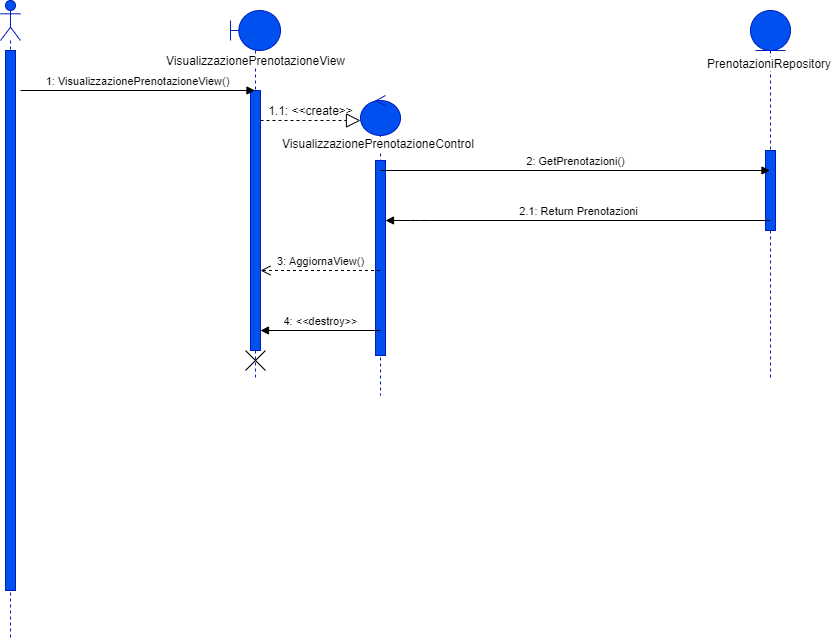
This is Documenti/Sequence Diagram/Visualizzazione Prenotazione/SDVisualizzazionePrenotazione.png from Givaa/MedQueue, a draw.io export, as it was before one commit. Source tidied: cells renumbered, new cells last; positions are measured from the earlier drawing's top-left corner, leaving out a move shared by most shapes.
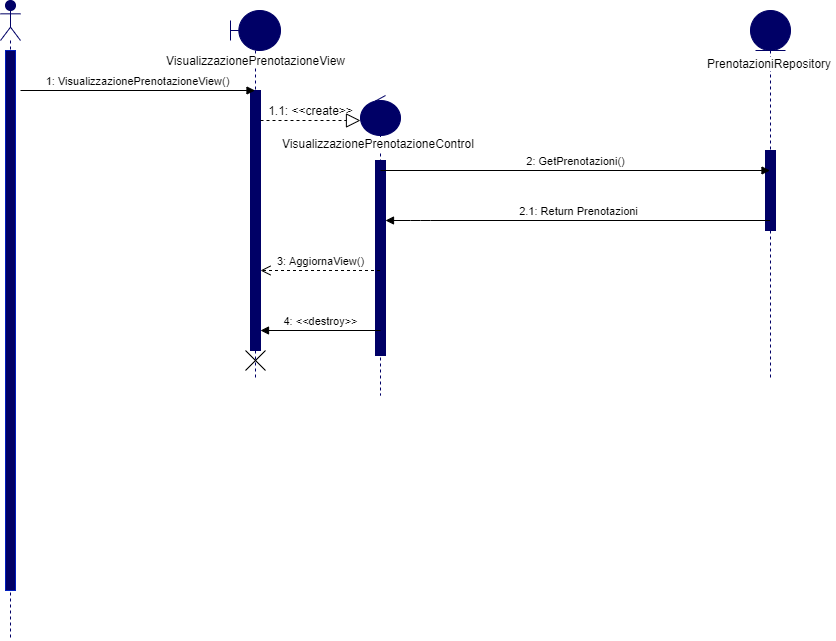
Above is the later version.

What changed in the source:
```diff
@@ -2,16 +2,16 @@
   <root>
     <mxCell id="0" />
     <mxCell id="1" parent="0" />
-    <mxCell id="2" style="shape=umlLifeline;participant=umlActor;perimeter=lifelinePerimeter;whiteSpace=wrap;html=1;verticalAlign=top;spacingTop=36;fillColor=#0050ef;strokeColor=#001DBC;fontColor=#ffffff;" parent="1" vertex="1">
+    <mxCell id="2" style="shape=umlLifeline;participant=umlActor;perimeter=lifelinePerimeter;whiteSpace=wrap;html=1;verticalAlign=top;spacingTop=36;fontColor=#ffffff;fillColor=#000066;strokeColor=#000066;" parent="1" vertex="1">
       <mxGeometry width="20" height="640" as="geometry" />
     </mxCell>
-    <mxCell id="3" style="html=1;perimeter=orthogonalPerimeter;fillColor=#0050ef;strokeColor=#001DBC;fontColor=#ffffff;" parent="2" vertex="1">
+    <mxCell id="3" style="html=1;perimeter=orthogonalPerimeter;strokeColor=#001DBC;fontColor=#ffffff;fillColor=#000066;" parent="2" vertex="1">
       <mxGeometry x="5" y="50" width="10" height="540" as="geometry" />
     </mxCell>
-    <mxCell id="4" style="shape=umlLifeline;participant=umlBoundary;perimeter=lifelinePerimeter;whiteSpace=wrap;html=1;verticalAlign=top;spacingTop=36;outlineConnect=0;fillColor=#0050ef;strokeColor=#001DBC;fontColor=#ffffff;" parent="1" vertex="1">
+    <mxCell id="4" style="shape=umlLifeline;participant=umlBoundary;perimeter=lifelinePerimeter;whiteSpace=wrap;html=1;verticalAlign=top;spacingTop=36;outlineConnect=0;fontColor=#ffffff;fillColor=#000066;strokeColor=#000066;" parent="1" vertex="1">
       <mxGeometry x="230" y="10" width="50" height="370" as="geometry" />
     </mxCell>
-    <mxCell id="5" style="html=1;points=[];perimeter=orthogonalPerimeter;fillColor=#0050ef;strokeColor=#001DBC;fontColor=#ffffff;" parent="4" vertex="1">
+    <mxCell id="5" style="html=1;points=[];perimeter=orthogonalPerimeter;fontColor=#ffffff;fillColor=#000066;strokeColor=#000066;" parent="4" vertex="1">
       <mxGeometry x="20" y="80" width="10" height="260" as="geometry" />
     </mxCell>
     <mxCell id="6" style="shape=umlDestroy;" parent="4" vertex="1">
@@ -31,19 +31,19 @@
         <mxPoint x="360" y="120" as="targetPoint" />
       </mxGeometry>
     </mxCell>
-    <mxCell id="10" style="shape=umlLifeline;participant=umlControl;perimeter=lifelinePerimeter;whiteSpace=wrap;html=1;verticalAlign=top;spacingTop=36;outlineConnect=0;fillColor=#0050ef;strokeColor=#001DBC;fontColor=#ffffff;" parent="1" vertex="1">
+    <mxCell id="10" style="shape=umlLifeline;participant=umlControl;perimeter=lifelinePerimeter;whiteSpace=wrap;html=1;verticalAlign=top;spacingTop=36;outlineConnect=0;fontColor=#ffffff;strokeColor=#000066;fillColor=#000066;" parent="1" vertex="1">
       <mxGeometry x="360" y="95" width="40" height="300" as="geometry" />
     </mxCell>
-    <mxCell id="11" style="html=1;points=[];perimeter=orthogonalPerimeter;fillColor=#0050ef;strokeColor=#001DBC;fontColor=#ffffff;" parent="10" vertex="1">
+    <mxCell id="11" style="html=1;points=[];perimeter=orthogonalPerimeter;fontColor=#ffffff;fillColor=#000066;strokeColor=#000066;" parent="10" vertex="1">
       <mxGeometry x="15" y="65" width="10" height="195" as="geometry" />
     </mxCell>
     <mxCell id="12" value="&lt;span style=&quot;color: rgb(0 , 0 , 0) ; font-family: &amp;#34;helvetica&amp;#34; ; font-size: 12px ; font-style: normal ; font-weight: 400 ; letter-spacing: normal ; text-align: center ; text-indent: 0px ; text-transform: none ; word-spacing: 0px ; background-color: rgb(255 , 255 , 255) ; display: inline ; float: none&quot;&gt;VisualizzazionePrenotazioneControl&lt;/span&gt;" style="text;whiteSpace=wrap;html=1;" parent="1" vertex="1">
       <mxGeometry x="280" y="130" width="200" height="30" as="geometry" />
     </mxCell>
-    <mxCell id="13" style="shape=umlLifeline;participant=umlEntity;perimeter=lifelinePerimeter;whiteSpace=wrap;html=1;verticalAlign=top;spacingTop=36;outlineConnect=0;fillColor=#0050ef;strokeColor=#001DBC;fontColor=#ffffff;" parent="1" vertex="1">
+    <mxCell id="13" style="shape=umlLifeline;participant=umlEntity;perimeter=lifelinePerimeter;whiteSpace=wrap;html=1;verticalAlign=top;spacingTop=36;outlineConnect=0;fontColor=#ffffff;strokeColor=#000066;fillColor=#000066;" parent="1" vertex="1">
       <mxGeometry x="750" y="10" width="40" height="370" as="geometry" />
     </mxCell>
-    <mxCell id="14" style="html=1;perimeter=orthogonalPerimeter;fillColor=#0050ef;strokeColor=#001DBC;fontColor=#ffffff;" parent="13" vertex="1">
+    <mxCell id="14" style="html=1;perimeter=orthogonalPerimeter;fontColor=#ffffff;strokeColor=#000066;fillColor=#000066;" parent="13" vertex="1">
       <mxGeometry x="15" y="140" width="10" height="80" as="geometry" />
     </mxCell>
     <mxCell id="15" value="&lt;div style=&quot;text-align: center&quot;&gt;&lt;font face=&quot;helvetica&quot;&gt;&lt;span style=&quot;background-color: rgb(255 , 255 , 255)&quot;&gt;PrenotazioniRepository&lt;/span&gt;&lt;/font&gt;&lt;/div&gt;" style="text;whiteSpace=wrap;html=1;" parent="1" vertex="1">
```
